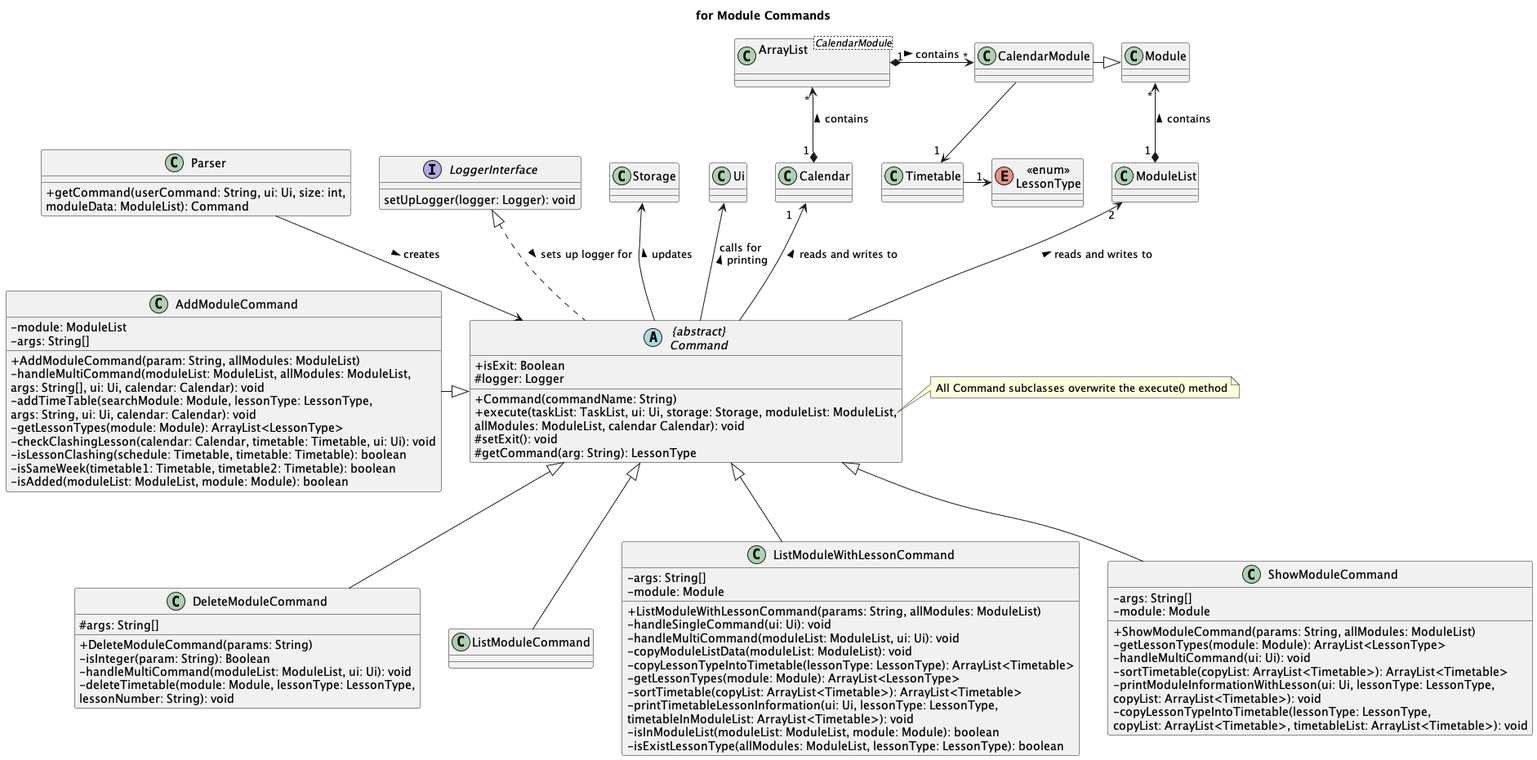
nus-cs2113-AY2223S2/tp keeps this PlantUML diagram as docs/uml-diagrams/Command2-for_Module_Commands.png. Above is the earlier version.
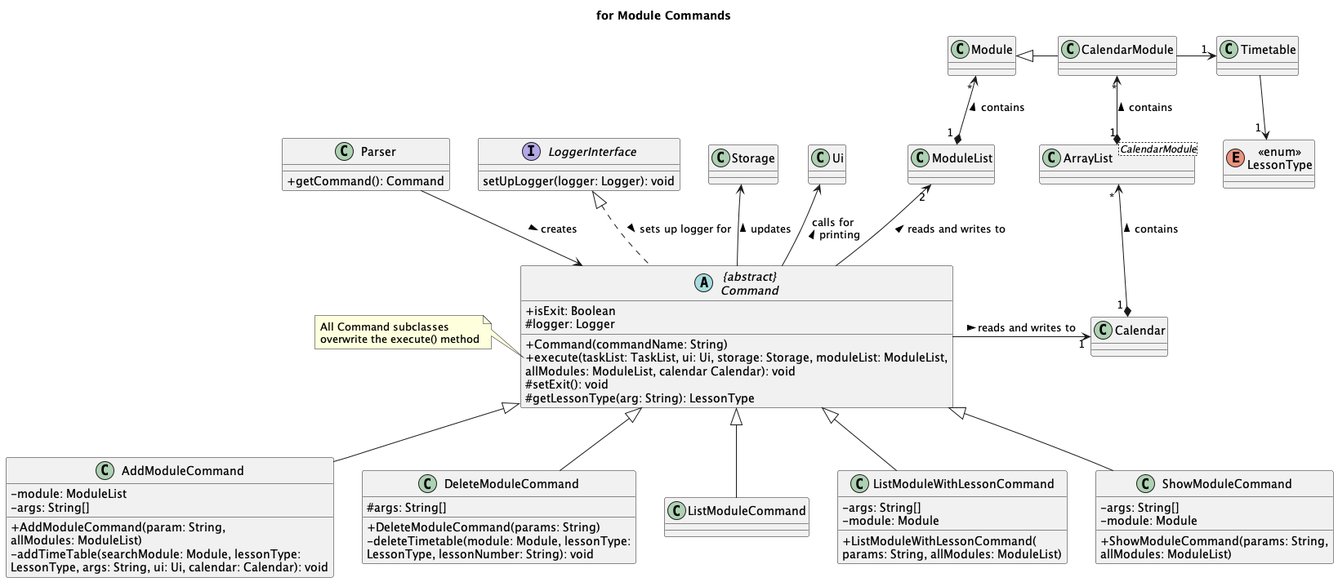
Above is the later version.

Change to the diagram source:
```diff
@@ -4,8 +4,7 @@
 title for Module Commands
 
 class Parser {
-+ getCommand(userCommand: String, ui: Ui, size: int,
-moduleData: ModuleList): Command
++ getCommand(): Command
 }
 Parser --> Command : creates >
 
@@ -16,41 +15,34 @@
 + execute(taskList: TaskList, ui: Ui, storage: Storage, moduleList: ModuleList,
 allModules: ModuleList, calendar Calendar): void
 # setExit(): void
-# getCommand(arg: String): LessonType
+# getLessonType(arg: String): LessonType
 }
 
 interface LoggerInterface {
 setUpLogger(logger: Logger): void
 }
 
-note right of Command::execute
-    All Command subclasses overwrite the execute() method
+note left of Command::execute
+    All Command subclasses
+    overwrite the execute() method
 end note
 LoggerInterface <|.. Command : sets up logger for >
 
 class AddModuleCommand {
 - module: ModuleList
 - args: String[]
-+ AddModuleCommand(param: String, allModules: ModuleList)
-- handleMultiCommand(moduleList: ModuleList, allModules: ModuleList,
-args: String[], ui: Ui, calendar: Calendar): void
-- addTimeTable(searchModule: Module, lessonType: LessonType,
-args: String, ui: Ui, calendar: Calendar): void
-- getLessonTypes(module: Module): ArrayList<LessonType>
-- checkClashingLesson(calendar: Calendar, timetable: Timetable, ui: Ui): void
-- isLessonClashing(schedule: Timetable, timetable: Timetable): boolean
-- isSameWeek(timetable1: Timetable, timetable2: Timetable): boolean
-- isAdded(moduleList: ModuleList, module: Module): boolean
++ AddModuleCommand(param: String,
+allModules: ModuleList)
+- addTimeTable(searchModule: Module, lessonType:
+LessonType, args: String, ui: Ui, calendar: Calendar): void
 }
-AddModuleCommand -|> Command
+Command <|-- AddModuleCommand
 
 class DeleteModuleCommand{
 # args: String[]
 + DeleteModuleCommand(params: String)
-- isInteger(param: String): Boolean
-- handleMultiCommand(moduleList: ModuleList, ui: Ui): void
-- deleteTimetable(module: Module, lessonType: LessonType,
-lessonNumber: String): void
+- deleteTimetable(module: Module, lessonType:
+LessonType, lessonNumber: String): void
 }
 Command <|-- DeleteModuleCommand
 
@@ -60,47 +52,32 @@
 class ListModuleWithLessonCommand {
 - args: String[]
 - module: Module
-+ ListModuleWithLessonCommand(params: String, allModules: ModuleList)
-- handleSingleCommand(ui: Ui): void
-- handleMultiCommand(moduleList: ModuleList, ui: Ui): void
-- copyModuleListData(moduleList: ModuleList): void
-- copyLessonTypeIntoTimetable(lessonType: LessonType): ArrayList<Timetable>
-- getLessonTypes(module: Module): ArrayList<LessonType>
-- sortTimetable(copyList: ArrayList<Timetable>): ArrayList<Timetable>
-- printTimetableLessonInformation(ui: Ui, lessonType: LessonType,
-timetableInModuleList: ArrayList<Timetable>): void
-- isInModuleList(moduleList: ModuleList, module: Module): boolean
-- isExistLessonType(allModules: ModuleList, lessonType: LessonType): boolean
++ ListModuleWithLessonCommand(
+params: String, allModules: ModuleList)
 }
 Command <|-- ListModuleWithLessonCommand
 
 class ShowModuleCommand {
 - args: String[]
 - module: Module
-+ ShowModuleCommand(params: String, allModules: ModuleList)
-- getLessonTypes(module: Module): ArrayList<LessonType>
-- handleMultiCommand(ui: Ui): void
-- sortTimetable(copyList: ArrayList<Timetable>): ArrayList<Timetable>
-- printModuleInformationWithLesson(ui: Ui, lessonType: LessonType,
-copyList: ArrayList<Timetable>): void
-- copyLessonTypeIntoTimetable(lessonType: LessonType,
-copyList: ArrayList<Timetable>, timetableList: ArrayList<Timetable>): void
++ ShowModuleCommand(params: String,
+allModules: ModuleList)
 }
 Command <|-- ShowModuleCommand
 Storage <-- Command : updates <
 Ui <-- Command : calls for \nprinting <
 
-Calendar "1   " <-- Command : reads and writes to <
-class "ArrayList\n<CalendarModule>" as ALModules
-ALModules "         *" <--* "1 " Calendar : contains <
-ALModules "1" *-> "*" CalendarModule : contains >
-
 ModuleList "2" <-- Command : reads and writes to <
 Module "     *" <--* "1 " ModuleList : contains <
 
+Command -> "    1" Calendar : reads and writes to >
+class "ArrayList<CalendarModule>" as ALModules
+ALModules "         *" <--* "1 " Calendar : contains <
+CalendarModule "*" <--* "1" ALModules : contains <
+
 enum "<<enum>>\nLessonType" as LessonType
-CalendarModule -|> Module
-CalendarModule --> "1 " Timetable
-Timetable -> "1 " LessonType
+Module <|- CalendarModule
+CalendarModule -> "1 " Timetable
+Timetable --> "1 " LessonType
 
 @enduml
```
